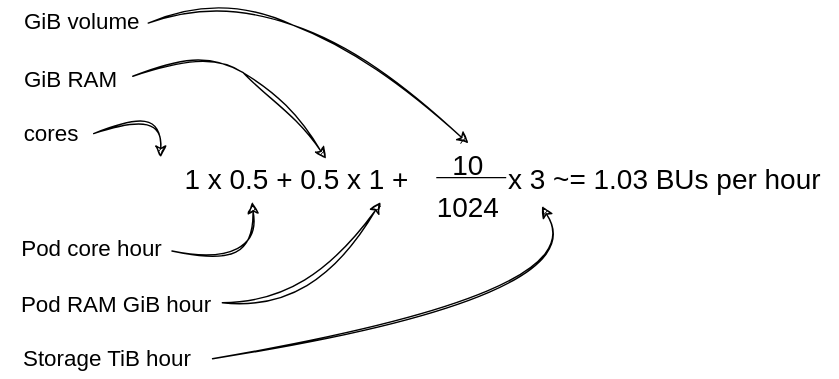
Earlier version of the draw.io export docs/cloud/rahti/images/Rahti1BU.drawio.svg (CSCfi/csc-user-guide). Source tidied: cells renumbered, new cells last; positions are measured from the earlier drawing's top-left corner, leaving out a move shared by most shapes.
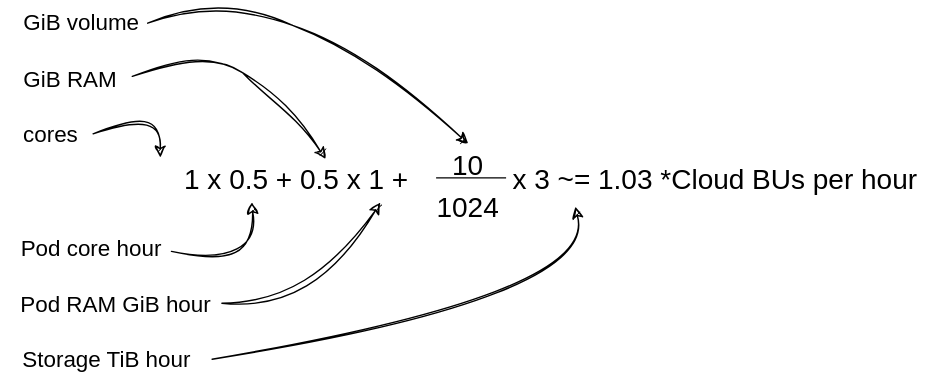
After the commit.

What changed in the source:
```diff
@@ -27,8 +27,8 @@
         </Array>
       </mxGeometry>
     </mxCell>
-    <mxCell id="7" value="&lt;font style=&quot;font-size: 20px;&quot;&gt;x 3 ~= 1.03 BUs per hour&lt;br&gt;&lt;/font&gt;" style="text;html=1;align=center;verticalAlign=middle;points=[];strokeColor=none;fillColor=none;" parent="1" vertex="1">
-      <mxGeometry x="349" y="114" width="250" height="40" as="geometry" />
+    <mxCell id="7" value="&lt;font style=&quot;font-size: 20px;&quot;&gt;x 3 ~= 1.03 *Cloud BUs per hour&lt;br&gt;&lt;/font&gt;" style="text;html=1;align=left;verticalAlign=middle;points=[];strokeColor=none;fillColor=none;" parent="1" vertex="1">
+      <mxGeometry x="364" y="114" width="310" height="40" as="geometry" />
     </mxCell>
     <mxCell id="8" value="&lt;font style=&quot;font-size: 16px;&quot;&gt;cores&lt;/font&gt;" style="text;html=1;align=center;verticalAlign=middle;whiteSpace=wrap;rounded=0;" parent="1" vertex="1">
       <mxGeometry x="6" y="87" width="60" height="30" as="geometry" />
```
